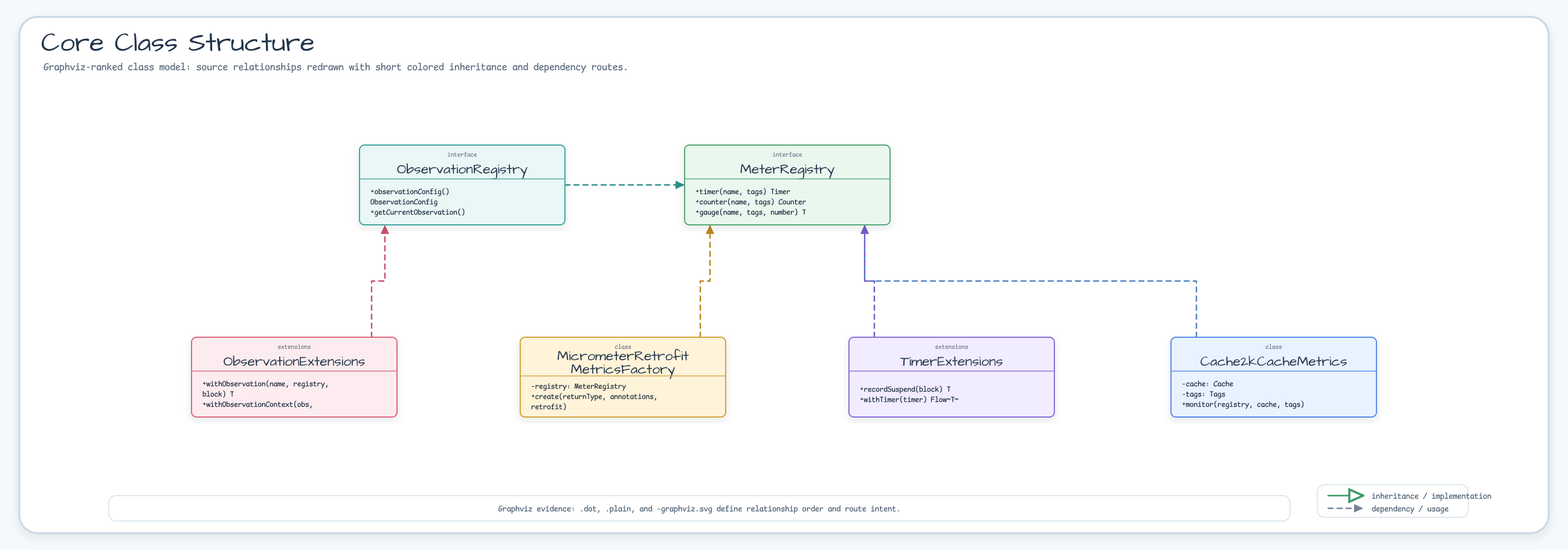
Earlier version of the Graphviz export docs/images/readme-diagrams/infra-micrometer-diagram-01.png (bluetape4k/bluetape4k-projects). Its source is kept beside it as docs/images/readme-diagrams/infra-micrometer-diagram-01.dot. Source of this version:
```dot
digraph G {
  graph [rankdir=TB, splines=ortho, nodesep=0.95, ranksep=1.2, outputorder=edgesfirst, pack=false, sep="+0.9,0.9"];
  node [shape=box, style="rounded,filled", fontname="Comic Mono", fontsize=11, margin="0.16,0.10", width=2.8, height=1.05];
  edge [fontname="Comic Mono", fontsize=10, arrowsize=0.75, penwidth=1.8];
  Cache2kCacheMetrics [label="Cache2kCacheMetrics", fillcolor="#E8F3FF", color="#5B8DEF"];
  MeterRegistry [label="MeterRegistry", fillcolor="#EAF7EF", color="#58A978"];
  ObservationRegistry [label="ObservationRegistry", fillcolor="#E9F7F6", color="#45A7A1"];
  MicrometerRetrofitMetricsFactory [label="MicrometerRetrofitMetricsFactory", fillcolor="#FFF3D9", color="#D6A441"];
  ObservationExtensions [label="ObservationExtensions", fillcolor="#FDECEF", color="#DC6B82"];
  TimerExtensions [label="TimerExtensions", fillcolor="#F1ECFF", color="#8A72D6"];
  { rank=source; MeterRegistry; ObservationRegistry; }
  ObservationRegistry -> MeterRegistry [color="#2E8F89", fontcolor="#2E8F89", style="dashed", arrowhead="none", weight=2];
  Cache2kCacheMetrics -> MeterRegistry [color="#4F83BF", fontcolor="#4F83BF", style="dashed", arrowhead="none", weight=2];
  MicrometerRetrofitMetricsFactory -> MeterRegistry [color="#B9851B", fontcolor="#B9851B", style="dashed", arrowhead="none", weight=2];
  ObservationExtensions -> ObservationRegistry [color="#C94D68", fontcolor="#C94D68", style="dashed", arrowhead="none", weight=2];
  TimerExtensions -> MeterRegistry [color="#755BC6", fontcolor="#755BC6", style="dashed", arrowhead="none", weight=2];
}
```
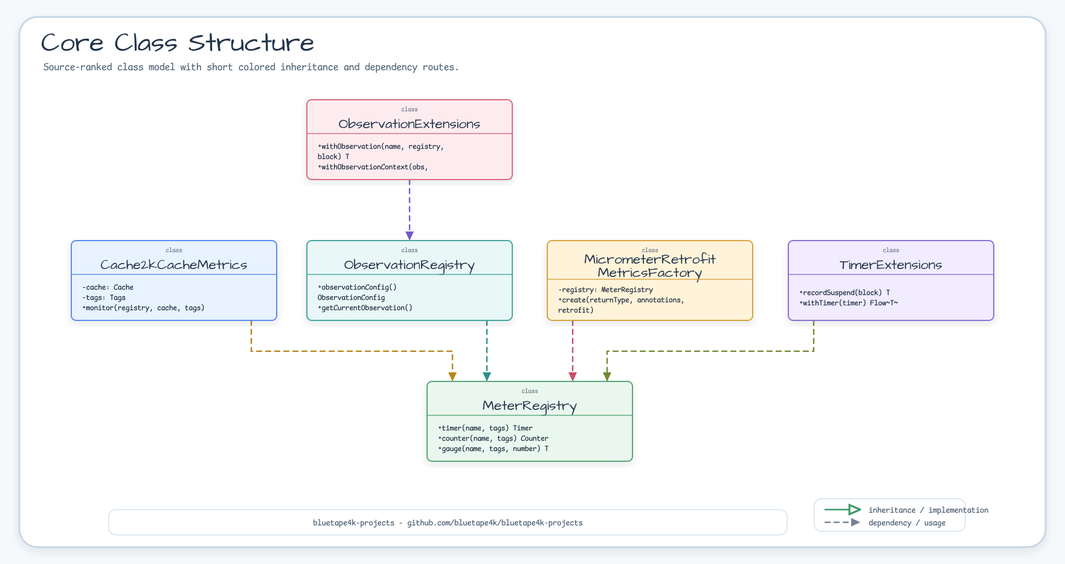
The same file after the commit.

What changed in the source:
```diff
@@ -8,10 +8,9 @@
   MicrometerRetrofitMetricsFactory [label="MicrometerRetrofitMetricsFactory", fillcolor="#FFF3D9", color="#D6A441"];
   ObservationExtensions [label="ObservationExtensions", fillcolor="#FDECEF", color="#DC6B82"];
   TimerExtensions [label="TimerExtensions", fillcolor="#F1ECFF", color="#8A72D6"];
-  { rank=source; MeterRegistry; ObservationRegistry; }
   ObservationRegistry -> MeterRegistry [color="#2E8F89", fontcolor="#2E8F89", style="dashed", arrowhead="none", weight=2];
-  Cache2kCacheMetrics -> MeterRegistry [color="#4F83BF", fontcolor="#4F83BF", style="dashed", arrowhead="none", weight=2];
-  MicrometerRetrofitMetricsFactory -> MeterRegistry [color="#B9851B", fontcolor="#B9851B", style="dashed", arrowhead="none", weight=2];
-  ObservationExtensions -> ObservationRegistry [color="#C94D68", fontcolor="#C94D68", style="dashed", arrowhead="none", weight=2];
-  TimerExtensions -> MeterRegistry [color="#755BC6", fontcolor="#755BC6", style="dashed", arrowhead="none", weight=2];
+  Cache2kCacheMetrics -> MeterRegistry [color="#B9851B", fontcolor="#B9851B", style="dashed", arrowhead="none", weight=2];
+  MicrometerRetrofitMetricsFactory -> MeterRegistry [color="#C94D68", fontcolor="#C94D68", style="dashed", arrowhead="none", weight=2];
+  ObservationExtensions -> ObservationRegistry [color="#755BC6", fontcolor="#755BC6", style="dashed", arrowhead="none", weight=2];
+  TimerExtensions -> MeterRegistry [color="#718A35", fontcolor="#718A35", style="dashed", arrowhead="none", weight=2];
 }
```
